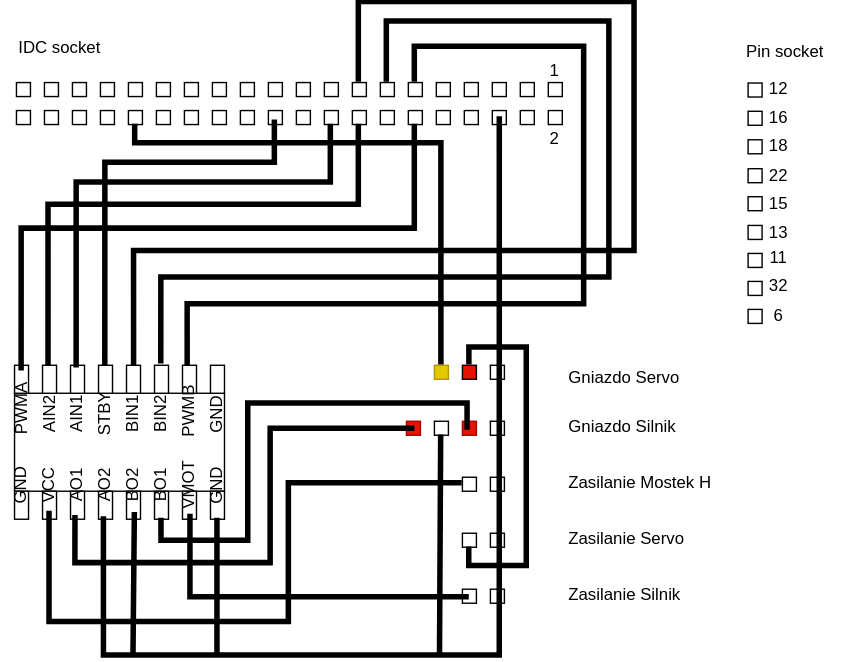
Above: scheme/rc_car_diagram_idc_socket.svg in MariuszBorek/rc-car (draw.io), before the change. Source tidied: cells renumbered, new cells last; positions are measured from the earlier drawing's top-left corner, leaving out a move shared by most shapes.
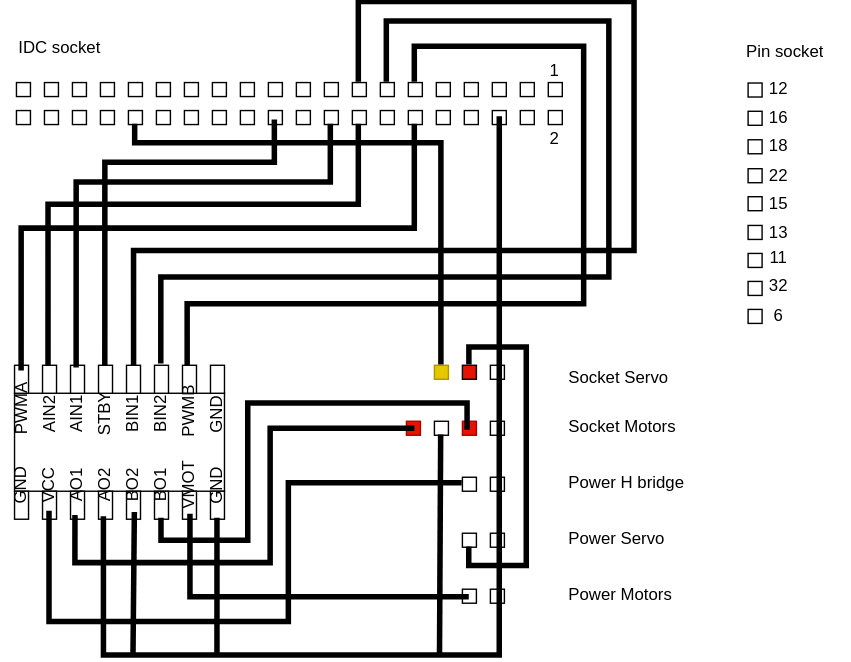
After the change.

Diff of the diagram source:
```diff
@@ -92,19 +92,19 @@
     <mxCell id="31" style="rounded=0;whiteSpace=wrap;html=1;fillColor=light-dark(#FFFFFF,#FF0000);" parent="1" vertex="1">
       <mxGeometry x="344.9" y="419.5" width="10" height="10" as="geometry" />
     </mxCell>
-    <mxCell id="32" value="Zasilanie Mostek H" style="text;strokeColor=none;fillColor=none;align=left;verticalAlign=middle;spacingLeft=4;spacingRight=4;overflow=hidden;whiteSpace=wrap;html=1;fontColor=light-dark(#000000,#808080);" parent="1" vertex="1">
+    <mxCell id="32" value="Power H bridge" style="text;strokeColor=none;fillColor=none;align=left;verticalAlign=middle;spacingLeft=4;spacingRight=4;overflow=hidden;whiteSpace=wrap;html=1;fontColor=light-dark(#000000,#808080);" parent="1" vertex="1">
       <mxGeometry x="414.9" y="329.5" width="160" height="30" as="geometry" />
     </mxCell>
-    <mxCell id="33" value="Zasilanie Servo" style="text;strokeColor=none;fillColor=none;align=left;verticalAlign=middle;spacingLeft=4;spacingRight=4;overflow=hidden;whiteSpace=wrap;html=1;fontColor=light-dark(#000000,#808080);" parent="1" vertex="1">
+    <mxCell id="33" value="Power Servo" style="text;strokeColor=none;fillColor=none;align=left;verticalAlign=middle;spacingLeft=4;spacingRight=4;overflow=hidden;whiteSpace=wrap;html=1;fontColor=light-dark(#000000,#808080);" parent="1" vertex="1">
       <mxGeometry x="414.9" y="369.5" width="170" height="30" as="geometry" />
     </mxCell>
-    <mxCell id="34" value="Zasilanie Silnik" style="text;strokeColor=none;fillColor=none;align=left;verticalAlign=middle;spacingLeft=4;spacingRight=4;overflow=hidden;whiteSpace=wrap;html=1;fontColor=light-dark(#000000,#808080);" parent="1" vertex="1">
+    <mxCell id="34" value="Power Motors" style="text;strokeColor=none;fillColor=none;align=left;verticalAlign=middle;spacingLeft=4;spacingRight=4;overflow=hidden;whiteSpace=wrap;html=1;fontColor=light-dark(#000000,#808080);" parent="1" vertex="1">
       <mxGeometry x="414.9" y="409.5" width="200" height="30" as="geometry" />
     </mxCell>
-    <mxCell id="35" value="Gniazdo Silnik" style="text;strokeColor=none;fillColor=none;align=left;verticalAlign=middle;spacingLeft=4;spacingRight=4;overflow=hidden;whiteSpace=wrap;html=1;fontColor=light-dark(#000000,#808080);" parent="1" vertex="1">
+    <mxCell id="35" value="Socket Motors" style="text;strokeColor=none;fillColor=none;align=left;verticalAlign=middle;spacingLeft=4;spacingRight=4;overflow=hidden;whiteSpace=wrap;html=1;fontColor=light-dark(#000000,#808080);" parent="1" vertex="1">
       <mxGeometry x="414.9" y="289.5" width="170" height="30" as="geometry" />
     </mxCell>
-    <mxCell id="36" value="Gniazdo Servo" style="text;strokeColor=none;fillColor=none;align=left;verticalAlign=middle;spacingLeft=4;spacingRight=4;overflow=hidden;whiteSpace=wrap;html=1;fontColor=light-dark(#000000,#808080);" parent="1" vertex="1">
+    <mxCell id="36" value="Socket Servo" style="text;strokeColor=none;fillColor=none;align=left;verticalAlign=middle;spacingLeft=4;spacingRight=4;overflow=hidden;whiteSpace=wrap;html=1;fontColor=light-dark(#000000,#808080);" parent="1" vertex="1">
       <mxGeometry x="414.9" y="254.5" width="120" height="30" as="geometry" />
     </mxCell>
     <mxCell id="37" value="VCC" style="text;html=1;whiteSpace=wrap;strokeColor=none;fillColor=none;align=center;verticalAlign=middle;rounded=0;rotation=-90;" parent="1" vertex="1">
```
